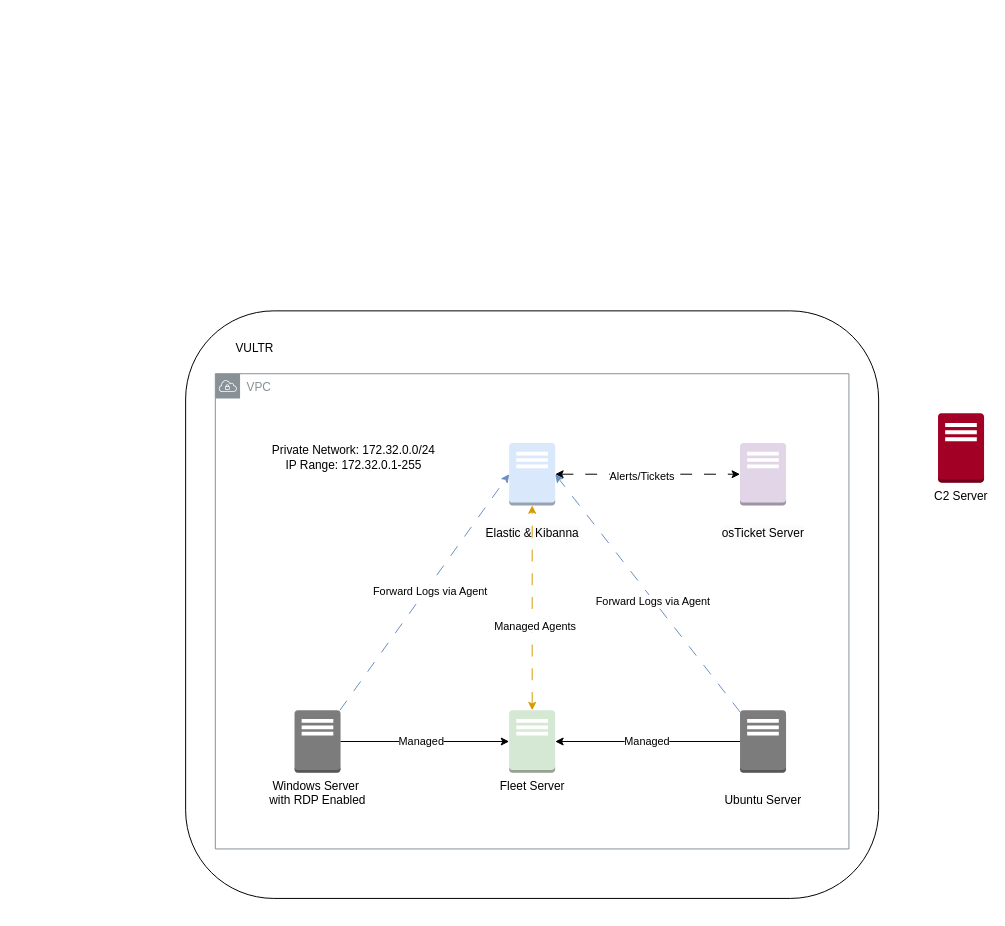
Earlier version of the draw.io diagram 30Day-MyDFIR Diagram.drawio (developedbyjerry/gitFirstRepository). Source tidied: cells renumbered, new cells numbered last; positions are measured from the earlier drawing's top-left corner, leaving out a move shared by most shapes. Both pictures are drawn from the tidied source at 99%, with x=0, y=0 at pixel (185, 310).
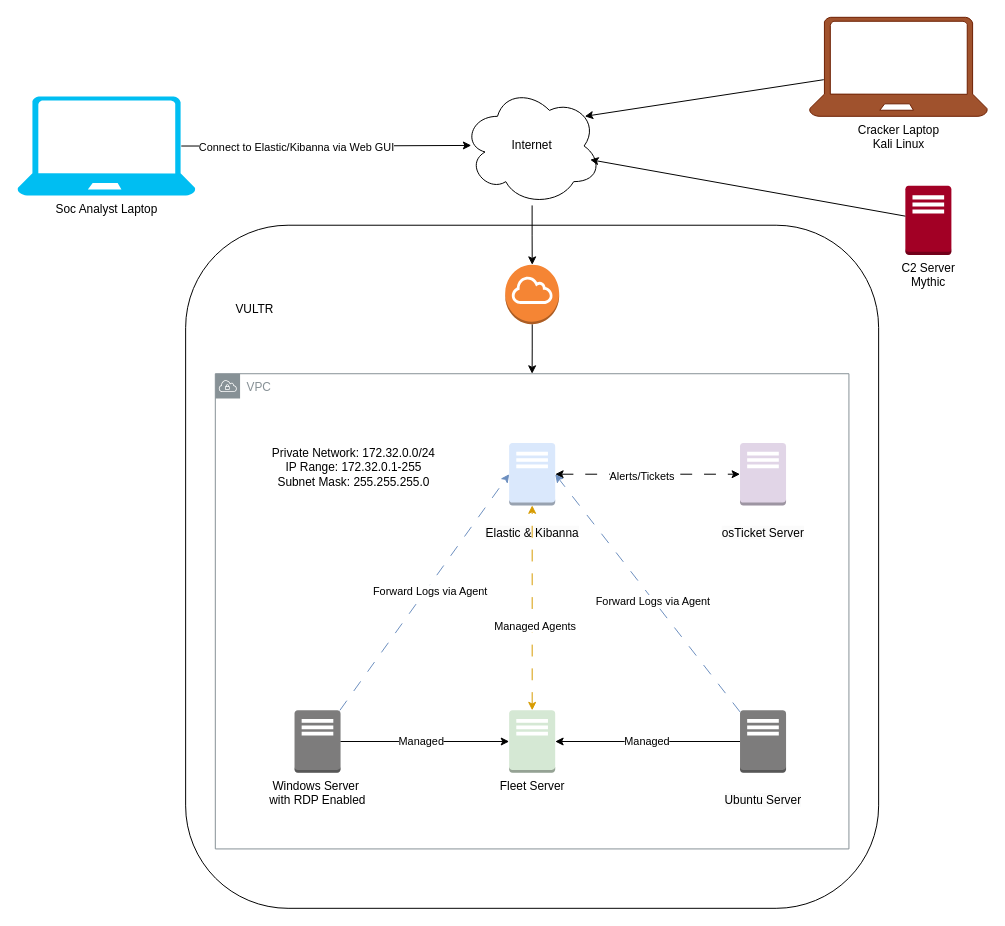
Above is the later version.

The change refers to these unchanged cells:
```xml
<mxCell id="3" value="VPC" style="sketch=0;outlineConnect=0;gradientColor=none;html=1;whiteSpace=wrap;fontSize=12;fontStyle=0;shape=mxgraph.aws4.group;grIcon=mxgraph.aws4.group_vpc;strokeColor=#879196;fillColor=none;verticalAlign=top;align=left;spacingLeft=30;fontColor=#879196;dashed=0;" parent="1" vertex="1">
  <mxGeometry x="30" y="64" width="640" height="480" as="geometry" />
</mxCell>
```

The edit, as a diff of the source:
```diff
@@
     <mxCell id="2" style="rounded=1;whiteSpace=wrap;html=1;" parent="1" vertex="1">
-      <mxGeometry y="0.5" width="700" height="593.5" as="geometry" />
+      <mxGeometry y="-86" width="700" height="690" as="geometry" />
     </mxCell>
@@
-    <mxCell id="11" value="C2 Server" style="outlineConnect=0;dashed=0;verticalLabelPosition=bottom;verticalAlign=top;align=center;html=1;shape=mxgraph.aws3.traditional_server;fillColor=#a20025;strokeColor=#6F0000;fontColor=default;" parent="1" vertex="1">
-      <mxGeometry x="760" y="104" width="46.5" height="70" as="geometry" />
+    <mxCell id="11" value="C2 Server&lt;div&gt;Mythic&lt;/div&gt;" style="outlineConnect=0;dashed=0;verticalLabelPosition=bottom;verticalAlign=top;align=center;html=1;shape=mxgraph.aws3.traditional_server;fillColor=#a20025;strokeColor=#6F0000;fontColor=default;" parent="1" vertex="1">
+      <mxGeometry x="727" y="-126" width="46.5" height="70" as="geometry" />
     </mxCell>
     <mxCell id="12" value="VULTR" style="text;html=1;align=center;verticalAlign=middle;whiteSpace=wrap;rounded=0;" parent="1" vertex="1">
-      <mxGeometry x="40" y="24" width="60" height="30" as="geometry" />
+      <mxGeometry x="40" y="-16" width="60" height="30" as="geometry" />
     </mxCell>
@@
-    <mxCell id="23" value="Private Network: 172.32.0.0/24&lt;div&gt;IP Range: 172.32.0.1-255&lt;/div&gt;" style="text;html=1;align=center;verticalAlign=middle;whiteSpace=wrap;rounded=0;" parent="1" vertex="1">
-      <mxGeometry x="70" y="134" width="200" height="30" as="geometry" />
+    <mxCell id="23" value="Private Network: 172.32.0.0/24&lt;div&gt;IP Range: 172.32.0.1-255&lt;/div&gt;&lt;div&gt;Subnet Mask: 255.255.255.0&lt;/div&gt;" style="text;html=1;align=center;verticalAlign=middle;whiteSpace=wrap;rounded=0;" parent="1" vertex="1">
+      <mxGeometry x="70" y="134" width="200" height="50" as="geometry" />
     </mxCell>
+    <mxCell id="24" style="edgeStyle=orthogonalEdgeStyle;rounded=0;jettySize=auto;html=1;" parent="1" edge="1" source="25" target="3">
+      <mxGeometry relative="1" as="geometry" />
+    </mxCell>
+    <mxCell id="25" style="outlineConnect=0;dashed=0;verticalLabelPosition=bottom;verticalAlign=top;align=center;html=1;shape=mxgraph.aws3.internet_gateway;fillColor=#F58534;gradientColor=none;" parent="1" vertex="1">
+      <mxGeometry x="322.8" y="-46" width="54.5" height="60" as="geometry" />
+    </mxCell>
+    <mxCell id="26" style="edgeStyle=orthogonalEdgeStyle;rounded=0;jettySize=auto;html=1;" parent="1" edge="1" source="27" target="25">
+      <mxGeometry relative="1" as="geometry" />
+    </mxCell>
+    <mxCell id="27" value="Internet" style="ellipse;shape=cloud;whiteSpace=wrap;html=1;" parent="1" vertex="1">
+      <mxGeometry x="280" y="-226" width="140" height="120" as="geometry" />
+    </mxCell>
+    <mxCell id="28" value="Soc Analyst Laptop" style="verticalLabelPosition=bottom;html=1;verticalAlign=top;align=center;strokeColor=none;fillColor=#00BEF2;shape=mxgraph.azure.laptop;" parent="1" vertex="1">
+      <mxGeometry x="-170" y="-216" width="180" height="100" as="geometry" />
+    </mxCell>
+    <mxCell id="29" style="edgeStyle=orthogonalEdgeStyle;rounded=0;jettySize=auto;html=1;entryX=0.061;entryY=0.495;entryDx=0;entryDy=0;entryPerimeter=0;exitX=0.92;exitY=0.5;exitDx=0;exitDy=0;exitPerimeter=0;" parent="1" edge="1" source="28" target="27">
+      <mxGeometry relative="1" as="geometry" />
+    </mxCell>
+    <mxCell id="30" value="Connect to Elastic/Kibanna via Web GUI" style="edgeLabel;html=1;align=center;verticalAlign=middle;" parent="29" vertex="1">
+      <mxGeometry x="-0.21" y="-1" relative="1" as="geometry" />
+    </mxCell>
+    <mxCell id="31" value="Cracker Laptop&lt;div&gt;Kali Linux&lt;/div&gt;" style="verticalLabelPosition=bottom;html=1;verticalAlign=top;align=center;strokeColor=#6D1F00;fillColor=#a0522d;shape=mxgraph.azure.laptop;fontColor=#000000;" parent="1" vertex="1">
+      <mxGeometry x="630" y="-296" width="180" height="100" as="geometry" />
+    </mxCell>
+    <mxCell id="32" style="rounded=0;jettySize=auto;html=1;entryX=0.919;entryY=0.615;entryDx=0;entryDy=0;entryPerimeter=0;" parent="1" edge="1" source="11" target="27">
+      <mxGeometry relative="1" as="geometry" />
+    </mxCell>
+    <mxCell id="33" style="rounded=0;jettySize=auto;html=1;entryX=0.88;entryY=0.25;entryDx=0;entryDy=0;entryPerimeter=0;exitX=0.081;exitY=0.63;exitDx=0;exitDy=0;exitPerimeter=0;" parent="1" edge="1" source="31" target="27">
+      <mxGeometry relative="1" as="geometry" />
+    </mxCell>
```
